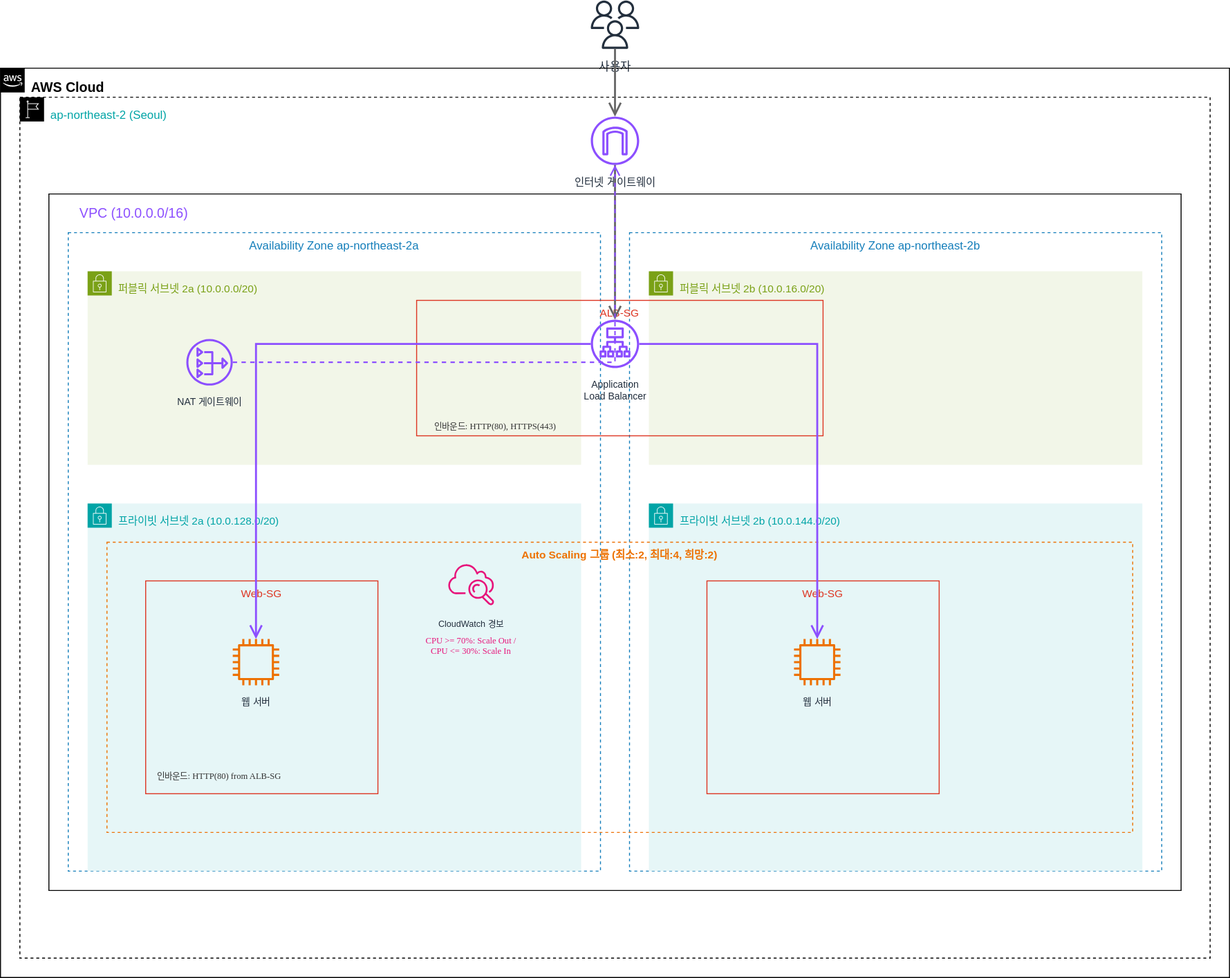
Above: public/images/week4/4-3-architecture-diagram.svg in yh00615/cloud_architecture (draw.io), before the change. Source tidied: cells renumbered, new cells last; positions are measured from the earlier drawing's top-left corner, leaving out a move shared by most shapes.
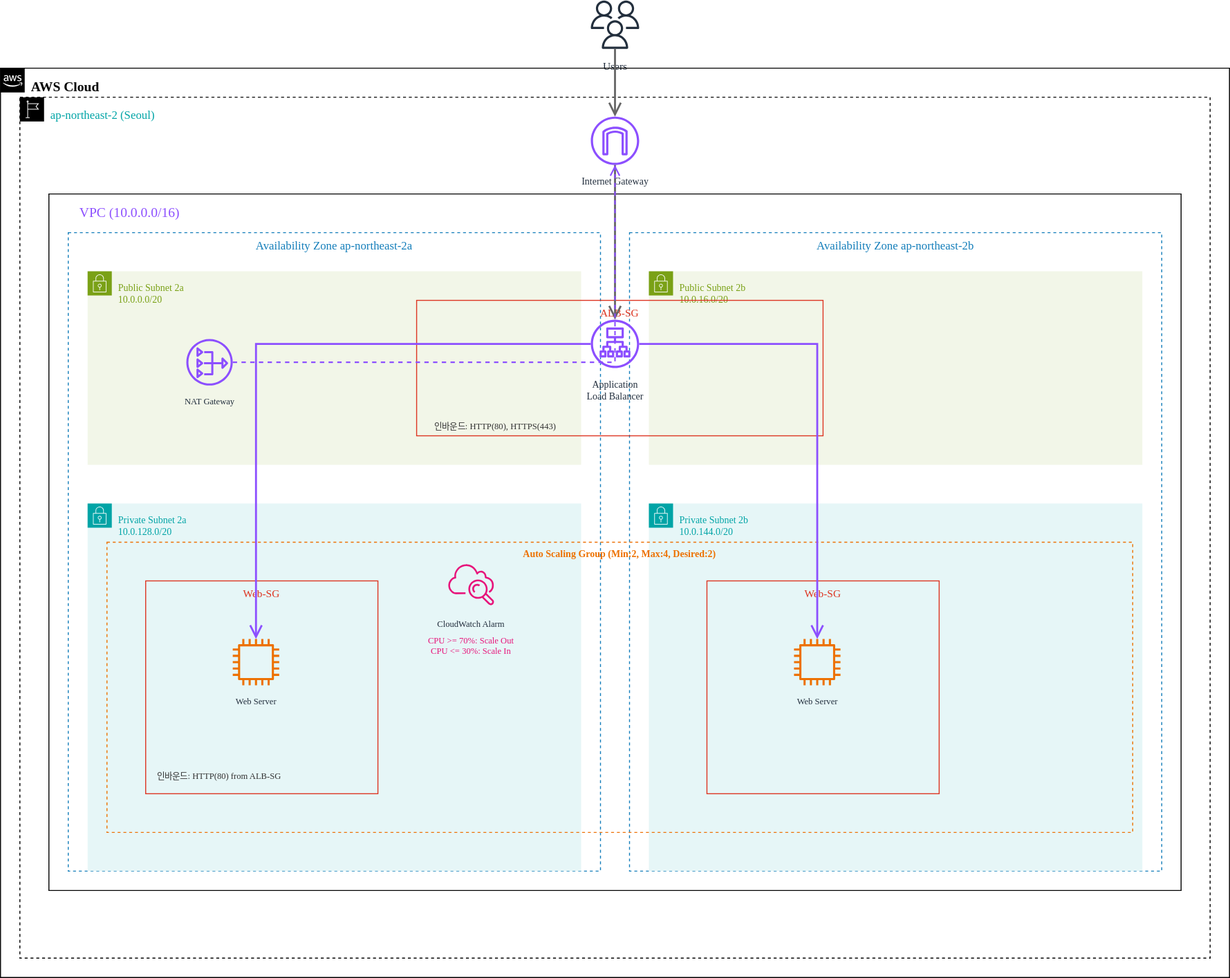
The same file after the commit.

The edit, as a diff of the source:
```diff
@@ -2,74 +2,74 @@
   <root>
     <mxCell id="0" />
     <mxCell id="1" parent="0" />
-    <mxCell id="2" value="사용자" style="sketch=0;outlineConnect=0;fontColor=#232F3E;gradientColor=none;fillColor=#232F3D;strokeColor=none;dashed=0;verticalLabelPosition=bottom;spacingTop=5;verticalAlign=top;align=center;html=1;fontSize=12;fontStyle=0;shape=mxgraph.aws4.users;" parent="1" vertex="1">
+    <mxCell id="2" value="Users" style="sketch=0;outlineConnect=0;fontColor=#232F3E;gradientColor=none;fillColor=#232F3D;strokeColor=none;dashed=0;verticalLabelPosition=bottom;spacingTop=5;verticalAlign=top;align=center;html=1;fontSize=11;fontStyle=0;shape=mxgraph.aws4.users;fontFamily=Verdana;" parent="1" vertex="1">
       <mxGeometry x="610" width="50" height="50" as="geometry" />
     </mxCell>
-    <mxCell id="3" value="AWS Cloud" style="gradientColor=none;html=1;whiteSpace=wrap;fontSize=14;fontStyle=1;shape=mxgraph.aws4.group;grIcon=mxgraph.aws4.group_aws_cloud_alt;stroke=#232F3E;fillColor=none;verticalAlign=top;align=left;spacingLeft=30;spacingTop=5;dashed=0;" parent="1" vertex="1">
+    <mxCell id="3" value="AWS Cloud" style="gradientColor=none;html=1;whiteSpace=wrap;fontSize=14;fontStyle=1;shape=mxgraph.aws4.group;grIcon=mxgraph.aws4.group_aws_cloud_alt;stroke=#232F3E;fillColor=none;verticalAlign=top;align=left;spacingLeft=30;spacingTop=5;dashed=0;fontFamily=Verdana;" parent="1" vertex="1">
       <mxGeometry y="70" width="1270" height="940" as="geometry" />
     </mxCell>
-    <mxCell id="4" value="ap-northeast-2 (Seoul)" style="gradientColor=none;html=1;whiteSpace=wrap;fontSize=12;fontStyle=0;shape=mxgraph.aws4.group;grIcon=mxgraph.aws4.group_region;stroke=#00A4A6;fillColor=none;verticalAlign=top;align=left;spacingLeft=30;spacingTop=5;fontColor=#00A4A6;dashed=1;" parent="1" vertex="1">
+    <mxCell id="4" value="ap-northeast-2 (Seoul)" style="gradientColor=none;html=1;whiteSpace=wrap;fontSize=12;fontStyle=0;shape=mxgraph.aws4.group;grIcon=mxgraph.aws4.group_region;stroke=#00A4A6;fillColor=none;verticalAlign=top;align=left;spacingLeft=30;spacingTop=5;fontColor=#00A4A6;dashed=1;fontFamily=Verdana;" parent="1" vertex="1">
       <mxGeometry x="20" y="100" width="1230" height="890" as="geometry" />
     </mxCell>
-    <mxCell id="5" value="인터넷 게이트웨이" style="sketch=0;outlineConnect=0;fontColor=#232F3E;gradientColor=none;fillColor=#8C4FFF;strokeColor=none;dashed=0;verticalLabelPosition=bottom;spacingTop=5;verticalAlign=top;align=center;html=1;fontSize=11;fontStyle=0;shape=mxgraph.aws4.internet_gateway;" parent="1" vertex="1">
+    <mxCell id="5" value="Internet Gateway" style="sketch=0;outlineConnect=0;fontColor=#232F3E;gradientColor=none;fillColor=#8C4FFF;strokeColor=none;dashed=0;verticalLabelPosition=bottom;spacingTop=5;verticalAlign=top;align=center;html=1;fontSize=10;fontStyle=0;shape=mxgraph.aws4.internet_gateway;fontFamily=Verdana;" parent="1" vertex="1">
       <mxGeometry x="610" y="120" width="50" height="50" as="geometry" />
     </mxCell>
-    <mxCell id="6" value="VPC (10.0.0.0/16)" style="gradientColor=none;html=1;whiteSpace=wrap;fontSize=14;fontStyle=0;shape=mxgraph.aws4.group;grIcon=mxgraph.aws4.group_vpc2;stroke=#8C4FFF;fillColor=none;verticalAlign=top;align=left;spacingLeft=30;spacingTop=5;fontColor=#8C4FFF;dashed=0;" parent="1" vertex="1">
+    <mxCell id="6" value="VPC (10.0.0.0/16)" style="gradientColor=none;html=1;whiteSpace=wrap;fontSize=14;fontStyle=0;shape=mxgraph.aws4.group;grIcon=mxgraph.aws4.group_vpc2;stroke=#8C4FFF;fillColor=none;verticalAlign=top;align=left;spacingLeft=30;spacingTop=5;fontColor=#8C4FFF;dashed=0;fontFamily=Verdana;" parent="1" vertex="1">
       <mxGeometry x="50" y="200" width="1170" height="720" as="geometry" />
     </mxCell>
-    <mxCell id="7" value="Availability Zone ap-northeast-2a" style="fillColor=none;strokeColor=#147EBA;dashed=1;verticalAlign=top;fontStyle=0;fontColor=#147EBA;whiteSpace=wrap;html=1;fontSize=12;" parent="6" vertex="1">
+    <mxCell id="7" value="Availability Zone ap-northeast-2a" style="fillColor=none;strokeColor=#147EBA;dashed=1;verticalAlign=top;fontStyle=0;fontColor=#147EBA;whiteSpace=wrap;html=1;fontSize=12;fontFamily=Verdana;" parent="6" vertex="1">
       <mxGeometry x="20" y="40" width="550" height="660" as="geometry" />
     </mxCell>
-    <mxCell id="8" value="Availability Zone ap-northeast-2b" style="fillColor=none;strokeColor=#147EBA;dashed=1;verticalAlign=top;fontStyle=0;fontColor=#147EBA;whiteSpace=wrap;html=1;fontSize=12;" parent="6" vertex="1">
+    <mxCell id="8" value="Availability Zone ap-northeast-2b" style="fillColor=none;strokeColor=#147EBA;dashed=1;verticalAlign=top;fontStyle=0;fontColor=#147EBA;whiteSpace=wrap;html=1;fontSize=12;fontFamily=Verdana;" parent="6" vertex="1">
       <mxGeometry x="600" y="40" width="550" height="660" as="geometry" />
     </mxCell>
-    <mxCell id="9" value="퍼블릭 서브넷 2a (10.0.0.0/20)" style="gradientColor=none;html=1;whiteSpace=wrap;fontSize=11;fontStyle=0;shape=mxgraph.aws4.group;grIcon=mxgraph.aws4.group_security_group;grStroke=0;strokeColor=#7AA116;fillColor=#F2F6E8;verticalAlign=top;align=left;spacingLeft=30;spacingTop=5;fontColor=#7AA116;dashed=0;" parent="6" vertex="1">
+    <mxCell id="9" value="Public Subnet 2a&#10;10.0.0.0/20" style="gradientColor=none;html=1;whiteSpace=wrap;fontSize=10;fontStyle=0;shape=mxgraph.aws4.group;grIcon=mxgraph.aws4.group_security_group;grStroke=0;strokeColor=#7AA116;fillColor=#F2F6E8;verticalAlign=top;align=left;spacingLeft=30;spacingTop=5;fontColor=#7AA116;dashed=0;fontFamily=Verdana;" parent="6" vertex="1">
       <mxGeometry x="40" y="80" width="510" height="200" as="geometry" />
     </mxCell>
-    <mxCell id="10" value="퍼블릭 서브넷 2b (10.0.16.0/20)" style="gradientColor=none;html=1;whiteSpace=wrap;fontSize=11;fontStyle=0;shape=mxgraph.aws4.group;grIcon=mxgraph.aws4.group_security_group;grStroke=0;strokeColor=#7AA116;fillColor=#F2F6E8;verticalAlign=top;align=left;spacingLeft=30;spacingTop=5;fontColor=#7AA116;dashed=0;" parent="6" vertex="1">
+    <mxCell id="10" value="Public Subnet 2b&#10;10.0.16.0/20" style="gradientColor=none;html=1;whiteSpace=wrap;fontSize=10;fontStyle=0;shape=mxgraph.aws4.group;grIcon=mxgraph.aws4.group_security_group;grStroke=0;strokeColor=#7AA116;fillColor=#F2F6E8;verticalAlign=top;align=left;spacingLeft=30;spacingTop=5;fontColor=#7AA116;dashed=0;fontFamily=Verdana;" parent="6" vertex="1">
       <mxGeometry x="620" y="80" width="510" height="200" as="geometry" />
     </mxCell>
-    <mxCell id="11" value="프라이빗 서브넷 2a (10.0.128.0/20)" style="gradientColor=none;html=1;whiteSpace=wrap;fontSize=11;fontStyle=0;shape=mxgraph.aws4.group;grIcon=mxgraph.aws4.group_security_group;grStroke=0;strokeColor=#00A4A6;fillColor=#E6F6F7;verticalAlign=top;align=left;spacingLeft=30;spacingTop=5;fontColor=#00A4A6;dashed=0;" parent="6" vertex="1">
+    <mxCell id="11" value="Private Subnet 2a&#10;10.0.128.0/20" style="gradientColor=none;html=1;whiteSpace=wrap;fontSize=10;fontStyle=0;shape=mxgraph.aws4.group;grIcon=mxgraph.aws4.group_security_group;grStroke=0;strokeColor=#00A4A6;fillColor=#E6F6F7;verticalAlign=top;align=left;spacingLeft=30;spacingTop=5;fontColor=#00A4A6;dashed=0;fontFamily=Verdana;" parent="6" vertex="1">
       <mxGeometry x="40" y="320" width="510" height="380" as="geometry" />
     </mxCell>
-    <mxCell id="12" value="프라이빗 서브넷 2b (10.0.144.0/20)" style="gradientColor=none;html=1;whiteSpace=wrap;fontSize=11;fontStyle=0;shape=mxgraph.aws4.group;grIcon=mxgraph.aws4.group_security_group;grStroke=0;strokeColor=#00A4A6;fillColor=#E6F6F7;verticalAlign=top;align=left;spacingLeft=30;spacingTop=5;fontColor=#00A4A6;dashed=0;" parent="6" vertex="1">
+    <mxCell id="12" value="Private Subnet 2b&#10;10.0.144.0/20" style="gradientColor=none;html=1;whiteSpace=wrap;fontSize=10;fontStyle=0;shape=mxgraph.aws4.group;grIcon=mxgraph.aws4.group_security_group;grStroke=0;strokeColor=#00A4A6;fillColor=#E6F6F7;verticalAlign=top;align=left;spacingLeft=30;spacingTop=5;fontColor=#00A4A6;dashed=0;fontFamily=Verdana;" parent="6" vertex="1">
       <mxGeometry x="620" y="320" width="510" height="380" as="geometry" />
     </mxCell>
-    <mxCell id="13" value="ALB-SG" style="fillColor=none;strokeColor=#DD3522;verticalAlign=top;fontStyle=0;fontColor=#DD3522;fontSize=11;whiteSpace=wrap;html=1;" parent="6" vertex="1">
+    <mxCell id="13" value="ALB-SG" style="fillColor=none;strokeColor=#DD3522;verticalAlign=top;fontStyle=0;fontColor=#DD3522;fontSize=11;whiteSpace=wrap;html=1;fontFamily=Verdana;" parent="6" vertex="1">
       <mxGeometry x="380" y="110" width="420" height="140" as="geometry" />
     </mxCell>
-    <mxCell id="14" value="Application&lt;br&gt;Load Balancer" style="sketch=0;outlineConnect=0;fontColor=#232F3E;gradientColor=none;fillColor=#8C4FFF;strokeColor=none;dashed=0;verticalLabelPosition=bottom;spacingTop=5;verticalAlign=top;align=center;html=1;fontSize=10;fontStyle=0;shape=mxgraph.aws4.application_load_balancer;" parent="6" vertex="1">
+    <mxCell id="14" value="Application&lt;br&gt;Load Balancer" style="sketch=0;outlineConnect=0;fontColor=#232F3E;gradientColor=none;fillColor=#8C4FFF;strokeColor=none;dashed=0;verticalLabelPosition=bottom;spacingTop=5;verticalAlign=top;align=center;html=1;fontSize=10;fontStyle=0;shape=mxgraph.aws4.application_load_balancer;fontFamily=Verdana;" parent="6" vertex="1">
       <mxGeometry x="560" y="130" width="50" height="50" as="geometry" />
     </mxCell>
     <mxCell id="15" value="인바운드: HTTP(80), HTTPS(443)" style="text;html=1;align=center;verticalAlign=top;strokeColor=none;fillColor=none;fontColor=#333333;fontSize=9;fontFamily=Verdana;" parent="6" vertex="1">
       <mxGeometry x="376" y="229" width="170" height="20" as="geometry" />
     </mxCell>
-    <mxCell id="16" value="NAT 게이트웨이" style="sketch=0;outlineConnect=0;fontColor=#232F3E;gradientColor=none;fillColor=#8C4FFF;strokeColor=none;dashed=0;verticalLabelPosition=bottom;spacingTop=5;verticalAlign=top;align=center;html=1;fontSize=10;fontStyle=0;shape=mxgraph.aws4.nat_gateway;" parent="6" vertex="1">
+    <mxCell id="16" value="NAT Gateway" style="sketch=0;outlineConnect=0;fontColor=#232F3E;gradientColor=none;fillColor=#8C4FFF;strokeColor=none;dashed=0;verticalLabelPosition=bottom;spacingTop=5;verticalAlign=top;align=center;html=1;fontSize=9;fontStyle=0;shape=mxgraph.aws4.nat_gateway;fontFamily=Verdana;" parent="6" vertex="1">
       <mxGeometry x="142" y="150" width="48" height="48" as="geometry" />
     </mxCell>
-    <mxCell id="17" value="Auto Scaling 그룹 (최소:2, 최대:4, 희망:2)" style="fillColor=none;strokeColor=#ED7100;dashed=1;verticalAlign=top;fontStyle=1;fontColor=#ED7100;whiteSpace=wrap;html=1;fontSize=11;align=center;" parent="6" vertex="1">
+    <mxCell id="17" value="Auto Scaling Group (Min:2, Max:4, Desired:2)" style="fillColor=none;strokeColor=#ED7100;dashed=1;verticalAlign=top;fontStyle=1;fontColor=#ED7100;whiteSpace=wrap;html=1;fontSize=10;align=center;fontFamily=Verdana;" parent="6" vertex="1">
       <mxGeometry x="60" y="360" width="1060" height="300" as="geometry" />
     </mxCell>
-    <mxCell id="18" value="Web-SG" style="fillColor=none;strokeColor=#DD3522;verticalAlign=top;fontStyle=0;fontColor=#DD3522;fontSize=11;whiteSpace=wrap;html=1;" parent="6" vertex="1">
+    <mxCell id="18" value="Web-SG" style="fillColor=none;strokeColor=#DD3522;verticalAlign=top;fontStyle=0;fontColor=#DD3522;fontSize=11;whiteSpace=wrap;html=1;fontFamily=Verdana;" parent="6" vertex="1">
       <mxGeometry x="100" y="400" width="240" height="220" as="geometry" />
     </mxCell>
-    <mxCell id="19" value="웹 서버" style="sketch=0;outlineConnect=0;fontColor=#232F3E;gradientColor=none;fillColor=#ED7100;strokeColor=none;dashed=0;verticalLabelPosition=bottom;spacingTop=5;verticalAlign=top;align=center;html=1;fontSize=10;fontStyle=0;shape=mxgraph.aws4.instance2;" parent="6" vertex="1">
+    <mxCell id="19" value="Web Server" style="sketch=0;outlineConnect=0;fontColor=#232F3E;gradientColor=none;fillColor=#ED7100;strokeColor=none;dashed=0;verticalLabelPosition=bottom;spacingTop=5;verticalAlign=top;align=center;html=1;fontSize=9;fontStyle=0;shape=mxgraph.aws4.instance2;fontFamily=Verdana;" parent="6" vertex="1">
       <mxGeometry x="190" y="460" width="48" height="48" as="geometry" />
     </mxCell>
     <mxCell id="20" value="인바운드: HTTP(80) from ALB-SG" style="text;html=1;align=left;verticalAlign=top;strokeColor=none;fillColor=none;fontColor=#333333;fontSize=9;fontFamily=Verdana;" parent="6" vertex="1">
       <mxGeometry x="110" y="590" width="170" height="20" as="geometry" />
     </mxCell>
-    <mxCell id="21" value="Web-SG" style="fillColor=none;strokeColor=#DD3522;verticalAlign=top;fontStyle=0;fontColor=#DD3522;fontSize=11;whiteSpace=wrap;html=1;" parent="6" vertex="1">
+    <mxCell id="21" value="Web-SG" style="fillColor=none;strokeColor=#DD3522;verticalAlign=top;fontStyle=0;fontColor=#DD3522;fontSize=11;whiteSpace=wrap;html=1;fontFamily=Verdana;" parent="6" vertex="1">
       <mxGeometry x="680" y="400" width="240" height="220" as="geometry" />
     </mxCell>
-    <mxCell id="22" value="웹 서버" style="sketch=0;outlineConnect=0;fontColor=#232F3E;gradientColor=none;fillColor=#ED7100;strokeColor=none;dashed=0;verticalLabelPosition=bottom;spacingTop=5;verticalAlign=top;align=center;html=1;fontSize=10;fontStyle=0;shape=mxgraph.aws4.instance2;" parent="6" vertex="1">
+    <mxCell id="22" value="Web Server" style="sketch=0;outlineConnect=0;fontColor=#232F3E;gradientColor=none;fillColor=#ED7100;strokeColor=none;dashed=0;verticalLabelPosition=bottom;spacingTop=5;verticalAlign=top;align=center;html=1;fontSize=9;fontStyle=0;shape=mxgraph.aws4.instance2;fontFamily=Verdana;" parent="6" vertex="1">
       <mxGeometry x="770" y="460" width="48" height="48" as="geometry" />
     </mxCell>
-    <mxCell id="23" value="CloudWatch 경보" style="sketch=0;fontColor=#232F3E;gradientColor=none;fillColor=#E7157B;strokeColor=none;dashed=0;verticalLabelPosition=bottom;spacingTop=5;verticalAlign=top;align=center;html=1;fontSize=9;fontStyle=0;shape=mxgraph.aws4.cloudwatch;" parent="6" vertex="1">
+    <mxCell id="23" value="CloudWatch Alarm" style="sketch=0;fontColor=#232F3E;gradientColor=none;fillColor=#E7157B;strokeColor=none;dashed=0;verticalLabelPosition=bottom;spacingTop=5;verticalAlign=top;align=center;html=1;fontSize=9;fontStyle=0;shape=mxgraph.aws4.cloudwatch;fontFamily=Verdana;" parent="6" vertex="1">
       <mxGeometry x="412" y="380" width="48" height="48" as="geometry" />
     </mxCell>
-    <mxCell id="24" value="CPU &amp;gt;= 70%: Scale Out / &lt;br&gt;CPU &amp;lt;= 30%: Scale In" style="text;html=1;align=center;verticalAlign=top;strokeColor=none;fillColor=none;fontColor=#E7157B;fontSize=9;fontFamily=Verdana;" parent="6" vertex="1">
-      <mxGeometry x="366" y="450" width="140" height="40" as="geometry" />
+    <mxCell id="24" value="CPU &gt;= 70%: Scale Out&#10;CPU &lt;= 30%: Scale In" style="text;html=1;align=center;verticalAlign=top;strokeColor=none;fillColor=none;fontColor=#E7157B;fontSize=9;fontFamily=Verdana;" parent="6" vertex="1">
+      <mxGeometry x="366" y="450" width="140" height="30" as="geometry" />
     </mxCell>
     <mxCell id="25" style="edgeStyle=orthogonalEdgeStyle;html=1;endArrow=open;endFill=0;endSize=10;strokeColor=#666666;strokeWidth=2;rounded=0;" parent="1" edge="1" source="2" target="5">
       <mxGeometry relative="1" as="geometry" />
```
